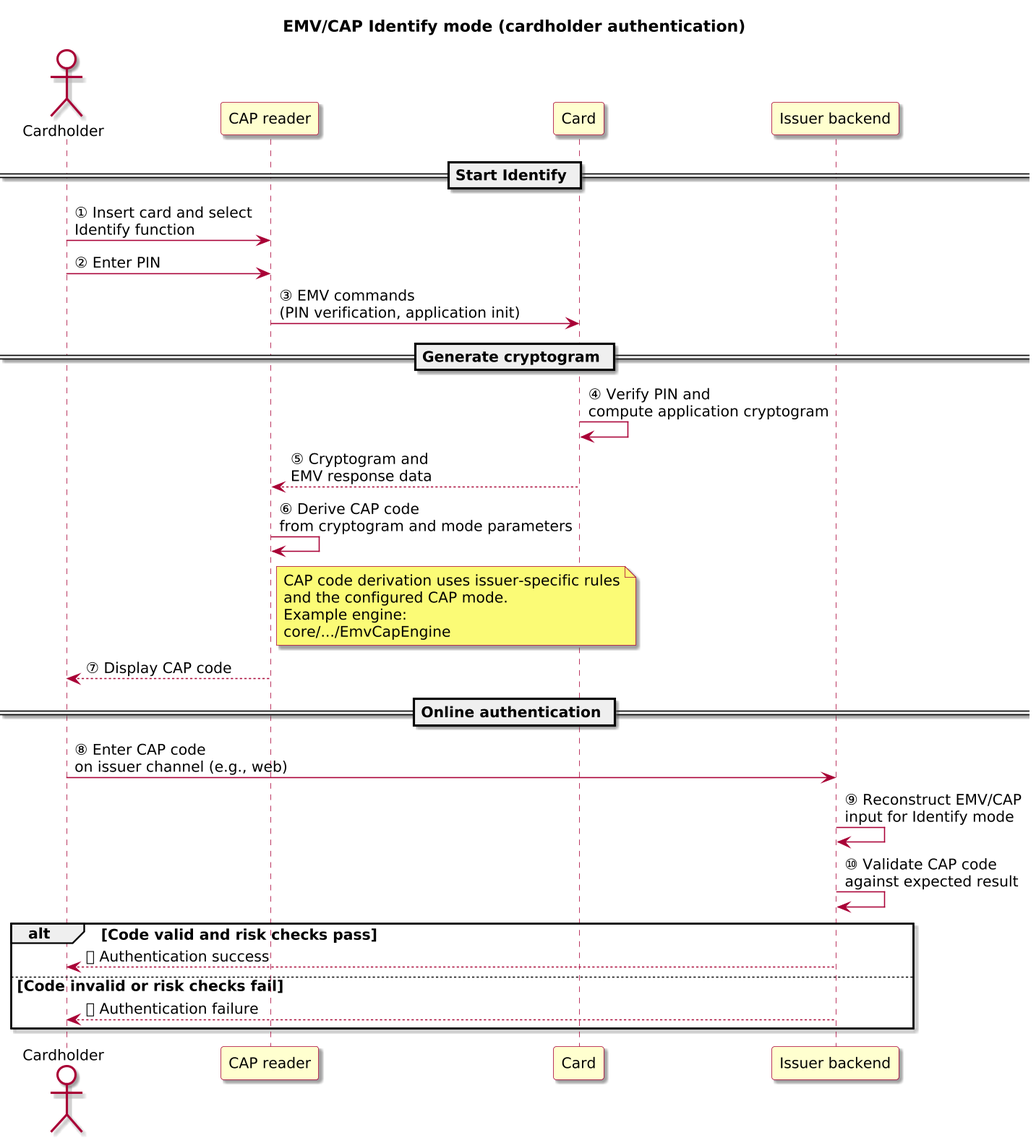
Before: docs/3-reference/protocols/diagrams/emv-cap-identify.png, a diagram exported from PlantUML (ivanstambuk/openauth-sim). Source of this version:
```plantuml
@startuml

skinparam BackgroundColor #FFFFFF
skinparam Shadowing true

skinparam DefaultFontName "SansSerif"
skinparam DefaultFontSize 13
skinparam DefaultFontStyle plain

skinparam dpi 150

skinparam sequence {
  ArrowColor #A80036
  LifeLineBorderColor #A80036
  LifeLineBackgroundColor #FFFFFF
}

skinparam Note {
  BackgroundColor #FBFB77
  BorderColor #A80036
}

skinparam ParticipantBorderColor #A80036
skinparam ParticipantBackgroundColor #FEFECE

skinparam ActorBorderColor #A80036
skinparam ActorBackgroundColor #FFFFFF
skinparam SequenceActorBorderThickness 2
title EMV/CAP Identify mode (cardholder authentication)

actor "Cardholder" as User
participant "CAP reader" as Reader
participant "Card" as Card
participant "Issuer backend" as Issuer

== Start Identify ==

User -> Reader: ① Insert card and select\nIdentify function
User -> Reader: ② Enter PIN
Reader -> Card: ③ EMV commands\n(PIN verification, application init)

== Generate cryptogram ==

Card -> Card: ④ Verify PIN and\ncompute application cryptogram
Card --> Reader: ⑤ Cryptogram and\nEMV response data

Reader -> Reader: ⑥ Derive CAP code\nfrom cryptogram and mode parameters
note right of Reader
  CAP code derivation uses issuer-specific rules
  and the configured CAP mode.
  Example engine:
  core/.../EmvCapEngine
end note

Reader --> User: ⑦ Display CAP code

== Online authentication ==

User -> Issuer: ⑧ Enter CAP code\non issuer channel (e.g., web)
Issuer -> Issuer: ⑨ Reconstruct EMV/CAP\ninput for Identify mode
Issuer -> Issuer: ⑩ Validate CAP code\nagainst expected result

alt Code valid and risk checks pass
  Issuer --> User: ⑪ Authentication success
else Code invalid or risk checks fail
  Issuer --> User: ⑪ Authentication failure
end alt

@enduml
```
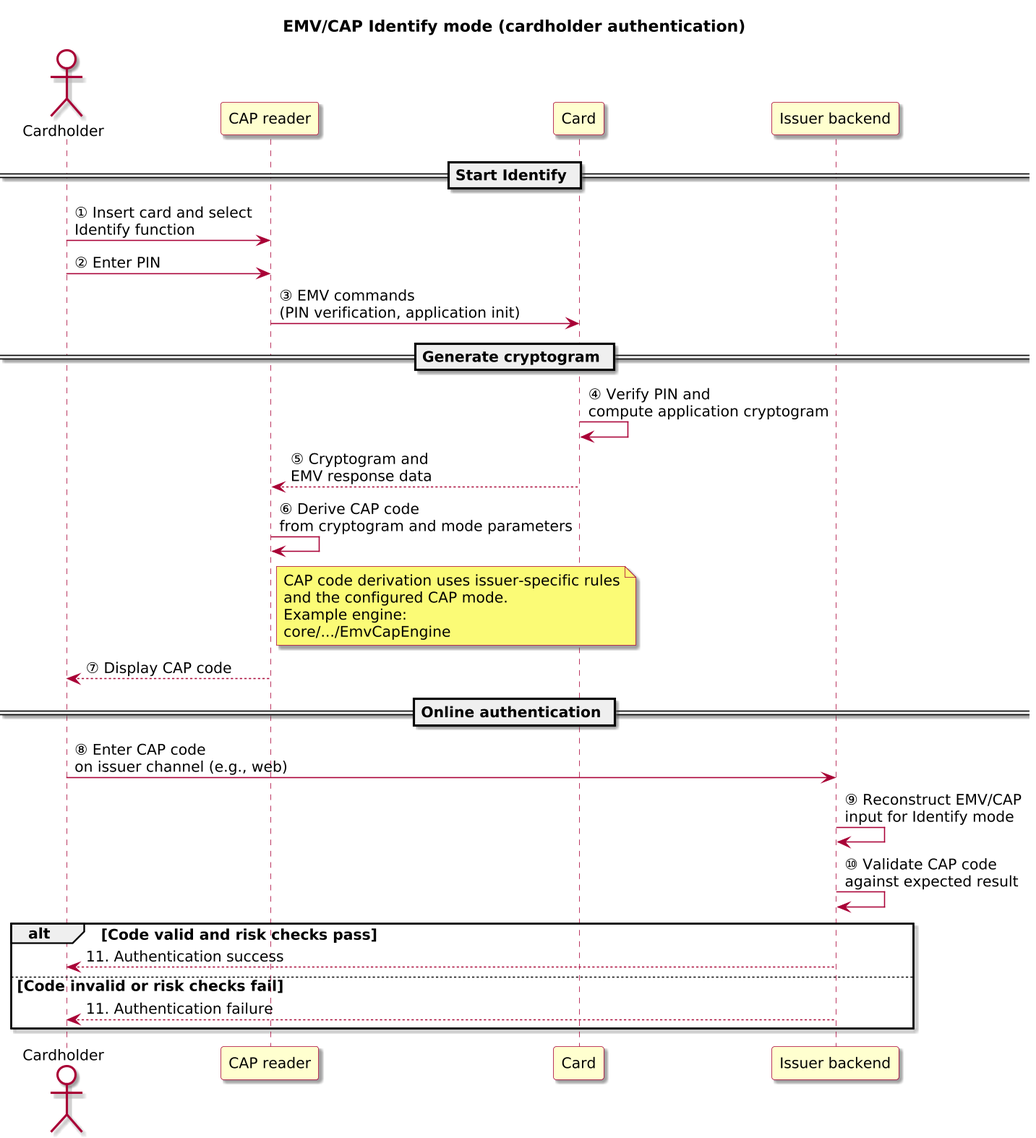
Above is the later version.

The edit, as a diff of the source:
```diff
@@ -61,9 +61,9 @@
 Issuer -> Issuer: ⑩ Validate CAP code\nagainst expected result
 
 alt Code valid and risk checks pass
-  Issuer --> User: ⑪ Authentication success
+  Issuer --> User: 11. Authentication success
 else Code invalid or risk checks fail
-  Issuer --> User: ⑪ Authentication failure
+  Issuer --> User: 11. Authentication failure
 end alt
 
 @enduml
```
